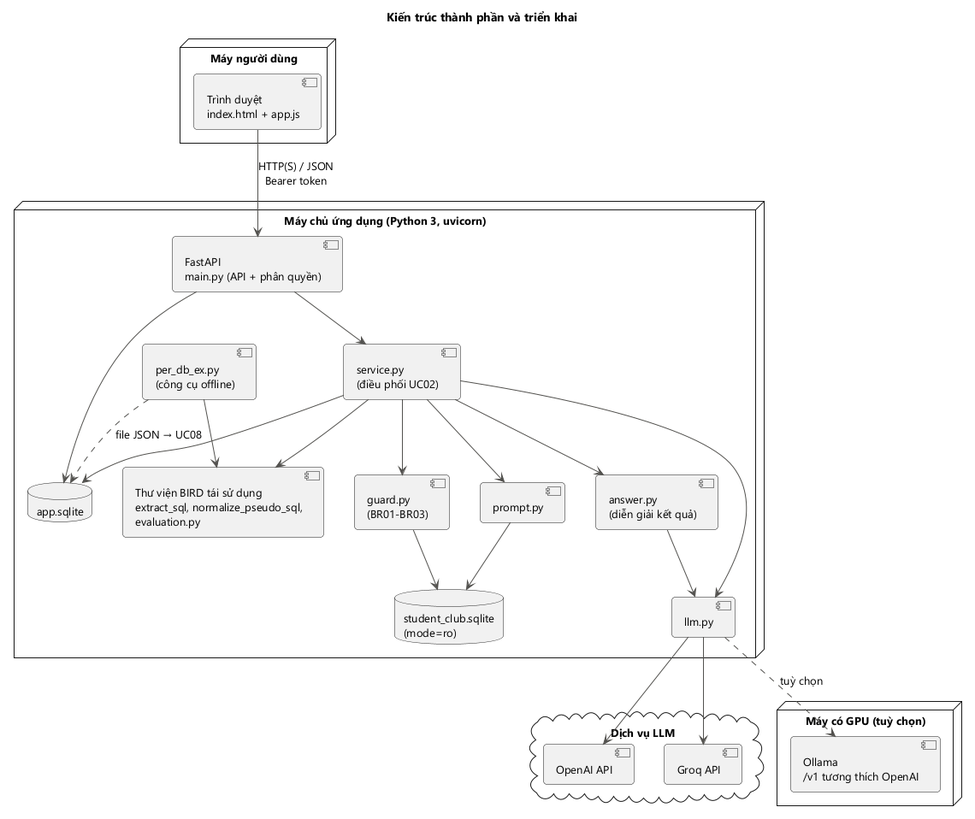
Earlier version of the PlantUML export docs/pttk/diagrams/component_deployment.png (ThanhTrung2001/llm-as-db-interface-project).
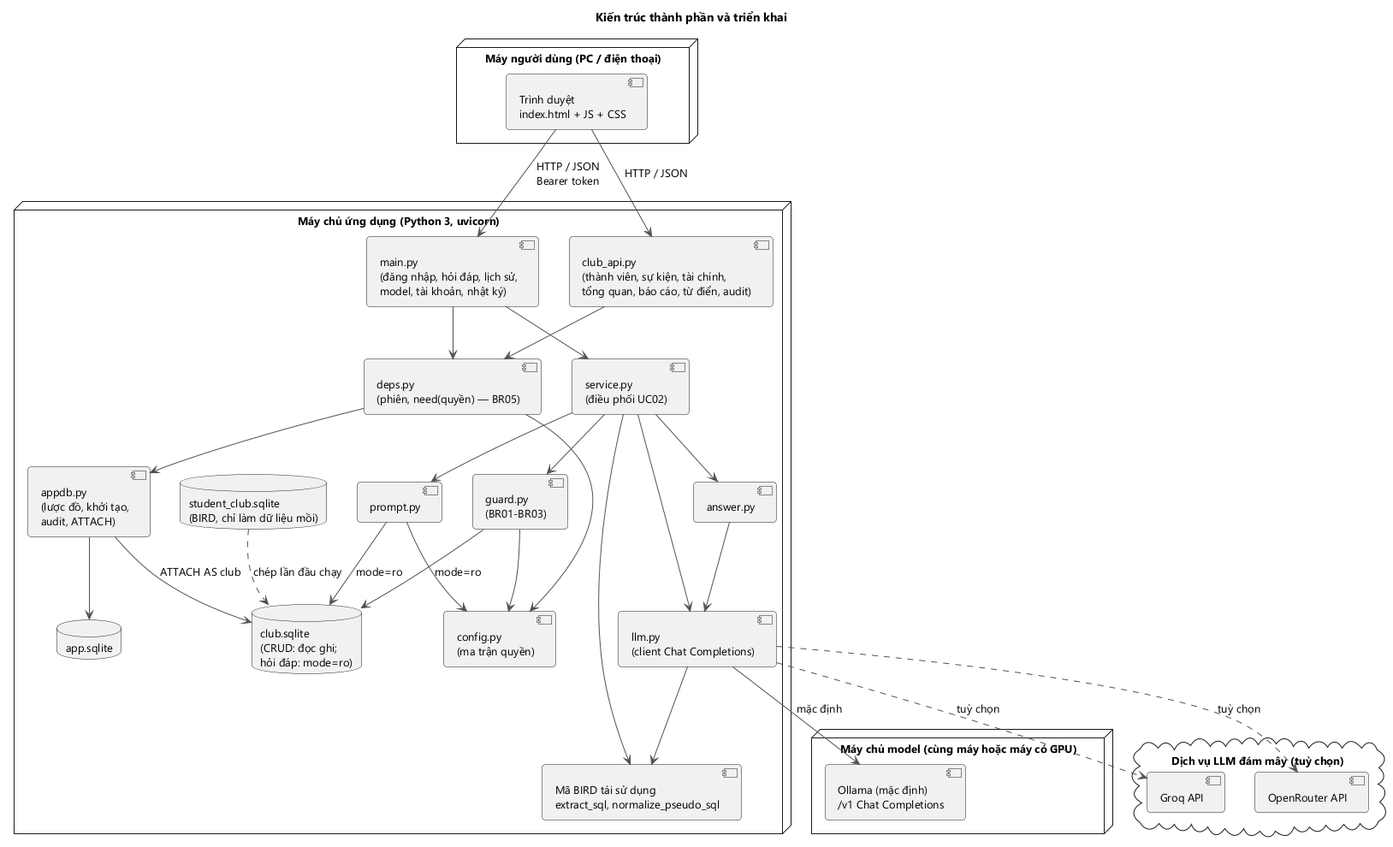
Later version of the same file.

What changed in the source:
```diff
@@ -3,46 +3,57 @@
 title Kiến trúc thành phần và triển khai
 set separator none
 
-node "Máy người dùng" {
-  component "Trình duyệt\nindex.html + app.js" as FE
+node "Máy người dùng (PC / điện thoại)" {
+  component "Trình duyệt\nindex.html + JS + CSS" as FE
 }
 
 node "Máy chủ ứng dụng (Python 3, uvicorn)" {
-  component "FastAPI\nmain.py (API + phân quyền)" as API
+  component "main.py\n(đăng nhập, hỏi đáp, lịch sử,\nmodel, tài khoản, nhật ký)" as API
+  component "club_api.py\n(thành viên, sự kiện, tài chính,\ntổng quan, báo cáo, từ điển, audit)" as CLUBAPI
+  component "deps.py\n(phiên, need(quyền) — BR05)" as DEPS
+  component "config.py\n(ma trận quyền)" as CFG
   component "service.py\n(điều phối UC02)" as SV
   component "prompt.py" as PR
   component "guard.py\n(BR01-BR03)" as G
-  component "llm.py" as LLMC
-  component "answer.py\n(diễn giải kết quả)" as ANS
-  component "Thư viện BIRD tái sử dụng\nextract_sql, normalize_pseudo_sql,\nevaluation.py" as BIRD
+  component "llm.py\n(client Chat Completions)" as LLMC
+  component "answer.py" as ANS
+  component "appdb.py\n(lược đồ, khởi tạo,\naudit, ATTACH)" as ADB
+  component "Mã BIRD tái sử dụng\nextract_sql, normalize_pseudo_sql" as BIRD
   database "app.sqlite" as APP
-  database "student_club.sqlite\n(mode=ro)" as SRC
-  component "per_db_ex.py\n(công cụ offline)" as TOOL
+  database "club.sqlite\n(CRUD: đọc ghi;\nhỏi đáp: mode=ro)" as CLUB
+  database "student_club.sqlite\n(BIRD, chỉ làm dữ liệu mồi)" as SRC
 }
 
-cloud "Dịch vụ LLM" {
-  component "OpenAI API" as OAI
+node "Máy chủ model (cùng máy hoặc máy có GPU)" {
+  component "Ollama (mặc định)\n/v1 Chat Completions" as OLL
+}
+cloud "Dịch vụ LLM đám mây (tuỳ chọn)" {
   component "Groq API" as GROQ
-}
-node "Máy có GPU (tuỳ chọn)" {
-  component "Ollama\n/v1 tương thích OpenAI" as OLL
+  component "OpenRouter API" as OR
 }
 
-FE --> API : HTTP(S) / JSON\nBearer token
+FE --> API : HTTP / JSON\nBearer token
+FE --> CLUBAPI : HTTP / JSON
+API --> DEPS
+CLUBAPI --> DEPS
+DEPS --> CFG
 API --> SV
-API --> APP
 SV --> PR
 SV --> G
 SV --> LLMC
 SV --> ANS
 ANS --> LLMC
 SV --> BIRD
-G --> SRC
-PR --> SRC
-SV --> APP
-LLMC --> OAI
-LLMC --> GROQ
-LLMC ..> OLL : tuỳ chọn
-TOOL --> BIRD
-TOOL ..> APP : file JSON → UC08
+LLMC --> BIRD
+G --> CFG
+PR --> CFG
+G --> CLUB : mode=ro
+PR --> CLUB : mode=ro
+DEPS --> ADB
+ADB --> APP
+ADB --> CLUB : ATTACH AS club
+SRC ..> CLUB : chép lần đầu chạy
+LLMC --> OLL : mặc định
+LLMC ..> GROQ : tuỳ chọn
+LLMC ..> OR : tuỳ chọn
 @enduml
```
